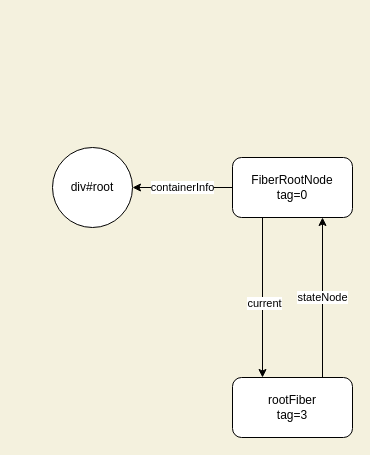
Earlier version of the draw.io diagram react.drawio (IDonotK/draw.io). Source tidied: cells renumbered, new cells numbered last; positions are measured from the earlier drawing's top-left corner, leaving out a move shared by most shapes. Both pictures are drawn from the tidied source at 100%, with x=0, y=0 at pixel (52, 147).
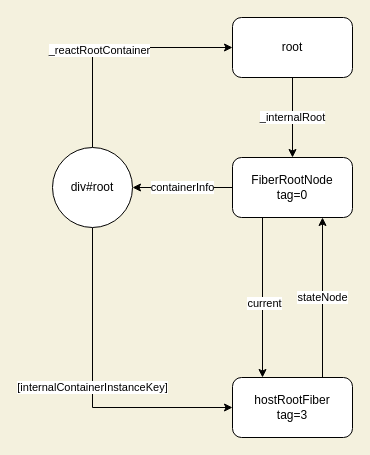
The same diagram, later.

Diff of the diagram source:
```diff
@@
 <mxGraphModel background="#F4F1DE">
   <root>
     <mxCell id="0" />
     <mxCell id="1" parent="0" />
     <mxCell id="2" style="edgeStyle=orthogonalEdgeStyle;rounded=0;jettySize=auto;html=1;exitX=0.25;exitY=1;exitDx=0;exitDy=0;entryX=0.25;entryY=0;entryDx=0;entryDy=0;" parent="1" edge="1" source="5" target="7">
       <mxGeometry relative="1" as="geometry" />
     </mxCell>
     <mxCell id="3" value="current" style="edgeLabel;html=1;align=center;verticalAlign=middle;" parent="2" vertex="1">
       <mxGeometry x="0.06" y="1" relative="1" as="geometry" />
     </mxCell>
     <mxCell id="4" value="containerInfo" style="edgeStyle=orthogonalEdgeStyle;rounded=0;jettySize=auto;html=1;" parent="1" edge="1" source="5" target="8">
       <mxGeometry relative="1" as="geometry" />
     </mxCell>
     <mxCell id="5" value="FiberRootNode&lt;br&gt;tag=0" style="rounded=1;whiteSpace=wrap;html=1;" parent="1" vertex="1">
       <mxGeometry x="180" y="10" width="120" height="60" as="geometry" />
     </mxCell>
     <mxCell id="6" value="stateNode" style="edgeStyle=orthogonalEdgeStyle;rounded=0;jettySize=auto;html=1;exitX=0.75;exitY=0;exitDx=0;exitDy=0;entryX=0.75;entryY=1;entryDx=0;entryDy=0;" parent="1" edge="1" source="7" target="5">
       <mxGeometry relative="1" as="geometry" />
     </mxCell>
-    <mxCell id="7" value="rootFiber&lt;br&gt;tag=3" style="whiteSpace=wrap;html=1;rounded=1;" parent="1" vertex="1">
+    <mxCell id="7" value="hostRootFiber&lt;br&gt;tag=3" style="whiteSpace=wrap;html=1;rounded=1;" parent="1" vertex="1">
       <mxGeometry x="180" y="230" width="120" height="60" as="geometry" />
     </mxCell>
+    <mxCell id="9" value="[internalContainerInstanceKey]" style="edgeStyle=orthogonalEdgeStyle;rounded=0;jettySize=auto;html=1;exitX=0.5;exitY=1;exitDx=0;exitDy=0;entryX=0;entryY=0.5;entryDx=0;entryDy=0;" parent="1" edge="1" source="8" target="7">
+      <mxGeometry relative="1" as="geometry" />
+    </mxCell>
+    <mxCell id="10" style="edgeStyle=orthogonalEdgeStyle;rounded=0;jettySize=auto;html=1;exitX=0.5;exitY=0;exitDx=0;exitDy=0;entryX=0;entryY=0.5;entryDx=0;entryDy=0;" parent="1" edge="1" source="8" target="13">
+      <mxGeometry relative="1" as="geometry" />
+    </mxCell>
+    <mxCell id="11" value="_reactRootContainer" style="edgeLabel;html=1;align=center;verticalAlign=middle;" parent="10" vertex="1">
+      <mxGeometry x="-0.12" y="-2" relative="1" as="geometry" />
+    </mxCell>
     <mxCell id="8" value="div#root" style="ellipse;whiteSpace=wrap;html=1;" parent="1" vertex="1">
       <mxGeometry width="80" height="80" as="geometry" />
     </mxCell>
+    <mxCell id="12" value="&lt;span style=&quot;font-size: 11px;&quot;&gt;_internalRoot&lt;/span&gt;" style="edgeStyle=orthogonalEdgeStyle;rounded=0;jettySize=auto;html=1;exitX=0.5;exitY=1;exitDx=0;exitDy=0;entryX=0.5;entryY=0;entryDx=0;entryDy=0;" parent="1" edge="1" source="13" target="5">
+      <mxGeometry relative="1" as="geometry" />
+    </mxCell>
+    <mxCell id="13" value="root" style="rounded=1;whiteSpace=wrap;html=1;" parent="1" vertex="1">
+      <mxGeometry x="180" y="-130" width="120" height="60" as="geometry" />
+    </mxCell>
   </root>
 </mxGraphModel>
```
